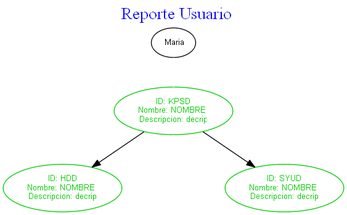
The Graphviz diagram P1_VJ2020/ReporteAVL.png in KimberlyEstupe/P1_VJ2020, before a commit. Its source is kept beside it as P1_VJ2020/ReporteAVL.dot.
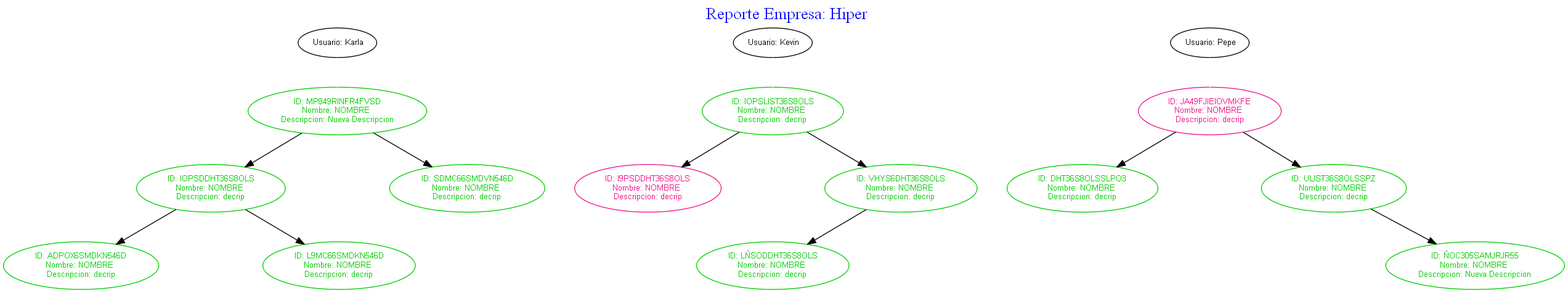
The same diagram one commit later.

Change to the diagram source:
```diff
@@ -2,23 +2,83 @@
 rankdir = Lista;
 node [shape = ellipse fontname="Arial" fontsize="10"]
 graph [nodesep = 0.5]
-label = < <font color='blue'> <font point-size='20'> Reporte Usuario </font></font>>;
+label = < <font color='blue'> <font point-size='20'> Reporte Empresa: Hiper </font></font>>;
 labelloc = "t";
-Nusuario -> NKPSD[color=white];
- NKPSD -> NHDD;
- NKPSD -> MKPSD[color=white];
- NKPSD -> NSYUD;
+NKarla -> NMP849RINFR4FVSD[color=white];
+ NIOPSDDHT36S8OLS -> NADPOX6SMDKN546D;
+ NIOPSDDHT36S8OLS -> MIOPSDDHT36S8OLS[color=white];
+ NIOPSDDHT36S8OLS -> NL9MC66SMDKN546D;
+ NMP849RINFR4FVSD -> NIOPSDDHT36S8OLS;
+ NMP849RINFR4FVSD -> MMP849RINFR4FVSD[color=white];
+ NMP849RINFR4FVSD -> NSDMC66SMDVN546D;
 
-Nusuario [label=" Maria"];
- NHDD [label=" ID: HDD
+NKarla[label=" Usuario: Karla"];
+ NADPOX6SMDKN546D [label=" ID: ADPOX6SMDKN546D
 Nombre: NOMBRE
 Descripcion: decrip", color=green3, fontcolor=green3];
- NKPSD [label=" ID: KPSD
+ NIOPSDDHT36S8OLS [label=" ID: IOPSDDHT36S8OLS
 Nombre: NOMBRE
 Descripcion: decrip", color=green3, fontcolor=green3];
- MKPSD [label=" Invis", color=white, bgcolor=white, fontcolor=white];
- NSYUD [label=" ID: SYUD
+ MIOPSDDHT36S8OLS [label=" Invis", color=white, bgcolor=white, fontcolor=white];
+ NL9MC66SMDKN546D [label=" ID: L9MC66SMDKN546D
+Nombre: NOMBRE
+Descripcion: decrip", color=green3, fontcolor=green3];
+ NMP849RINFR4FVSD [label=" ID: MP849RINFR4FVSD
+Nombre: NOMBRE
+Descripcion: Nueva Descripcion", color=green3, fontcolor=green3];
+ MMP849RINFR4FVSD [label=" Invis", color=white, bgcolor=white, fontcolor=white];
+ NSDMC66SMDVN546D [label=" ID: SDMC66SMDVN546D
 Nombre: NOMBRE
 Descripcion: decrip", color=green3, fontcolor=green3];
 
+NKevin -> NIOPSLIST36S8OLS[color=white];
+ NIOPSLIST36S8OLS -> NI9PSDDHT36S8OLS;
+ NIOPSLIST36S8OLS -> MIOPSLIST36S8OLS[color=white];
+ NIOPSLIST36S8OLS -> NVHYS6DHT36S8OLS;
+ NVHYS6DHT36S8OLS -> NLÑSODDHT36S8OLS;
+ NVHYS6DHT36S8OLS -> MVHYS6DHT36S8OLS[color=white];
+ NVHYS6DHT36S8OLS -> DVHYS6DHT36S8OLS[color=white];
+
+NKevin[label=" Usuario: Kevin"];
+ NI9PSDDHT36S8OLS [label=" ID: I9PSDDHT36S8OLS
+Nombre: NOMBRE
+Descripcion: decrip", color=deeppink2, fontcolor=deeppink2];
+ NIOPSLIST36S8OLS [label=" ID: IOPSLIST36S8OLS
+Nombre: NOMBRE
+Descripcion: decrip", color=green3, fontcolor=green3];
+ MIOPSLIST36S8OLS [label=" Invis", color=white, bgcolor=white, fontcolor=white];
+ NLÑSODDHT36S8OLS [label=" ID: LÑSODDHT36S8OLS
+Nombre: NOMBRE
+Descripcion: decrip", color=green3, fontcolor=green3];
+ NVHYS6DHT36S8OLS [label=" ID: VHYS6DHT36S8OLS
+Nombre: NOMBRE
+Descripcion: decrip", color=green3, fontcolor=green3];
+ MVHYS6DHT36S8OLS [label=" Invis", color=white, bgcolor=white, fontcolor=white];
+ DVHYS6DHT36S8OLS [label=" Invis", color=white, bgcolor=white, fontcolor=white];
+
+NPepe -> NJA49FJIEIOVMKFE[color=white];
+ NJA49FJIEIOVMKFE -> NDHT36S8OLSSLPO3;
+ NJA49FJIEIOVMKFE -> MJA49FJIEIOVMKFE[color=white];
+ NJA49FJIEIOVMKFE -> NULIST36S8OLSSPZ;
+ NULIST36S8OLSSPZ -> IULIST36S8OLSSPZ[color=white];
+ NULIST36S8OLSSPZ -> MULIST36S8OLSSPZ[color=white];
+ NULIST36S8OLSSPZ -> NÑOC305SAMJRJR55;
+
+NPepe[label=" Usuario: Pepe"];
+ NDHT36S8OLSSLPO3 [label=" ID: DHT36S8OLSSLPO3
+Nombre: NOMBRE
+Descripcion: decrip", color=green3, fontcolor=green3];
+ NJA49FJIEIOVMKFE [label=" ID: JA49FJIEIOVMKFE
+Nombre: NOMBRE
+Descripcion: decrip", color=deeppink2, fontcolor=deeppink2];
+ MJA49FJIEIOVMKFE [label=" Invis", color=white, bgcolor=white, fontcolor=white];
+ NULIST36S8OLSSPZ [label=" ID: ULIST36S8OLSSPZ
+Nombre: NOMBRE
+Descripcion: decrip", color=green3, fontcolor=green3];
+ IULIST36S8OLSSPZ [label=" Invis", color=white, bgcolor=white, fontcolor=white];
+ MULIST36S8OLSSPZ [label=" Invis", color=white, bgcolor=white, fontcolor=white];
+ NÑOC305SAMJRJR55 [label=" ID: ÑOC305SAMJRJR55
+Nombre: NOMBRE
+Descripcion: Nueva Descripcion", color=green3, fontcolor=green3];
+
 }
```
